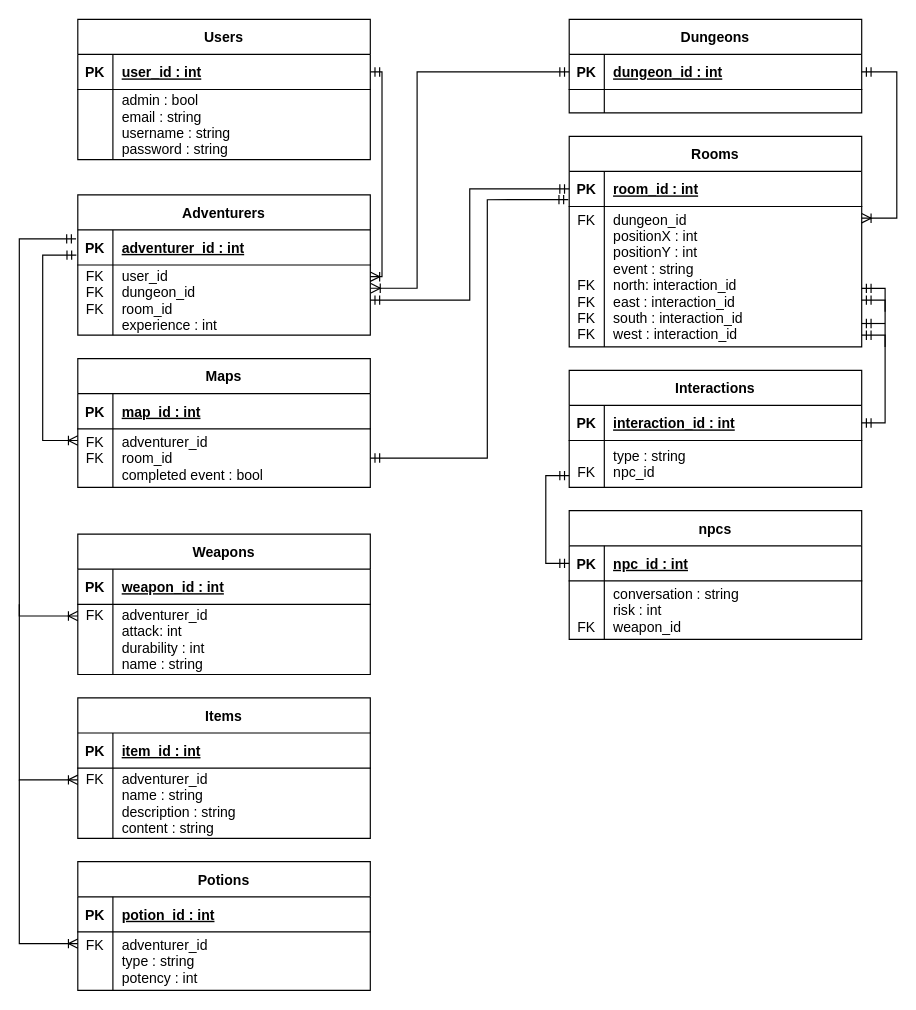
This is Documentation/Diagrams/ERD.drawio from Thomas-Molen/FHICT-S3-IP, a draw.io file, before an edit. Source tidied: cells renumbered, new cells numbered last; positions are measured from the earlier drawing's top-left corner, leaving out a move shared by most shapes. Both pictures are drawn from the tidied source at 117%, with x=0, y=0 at pixel (19, 19).
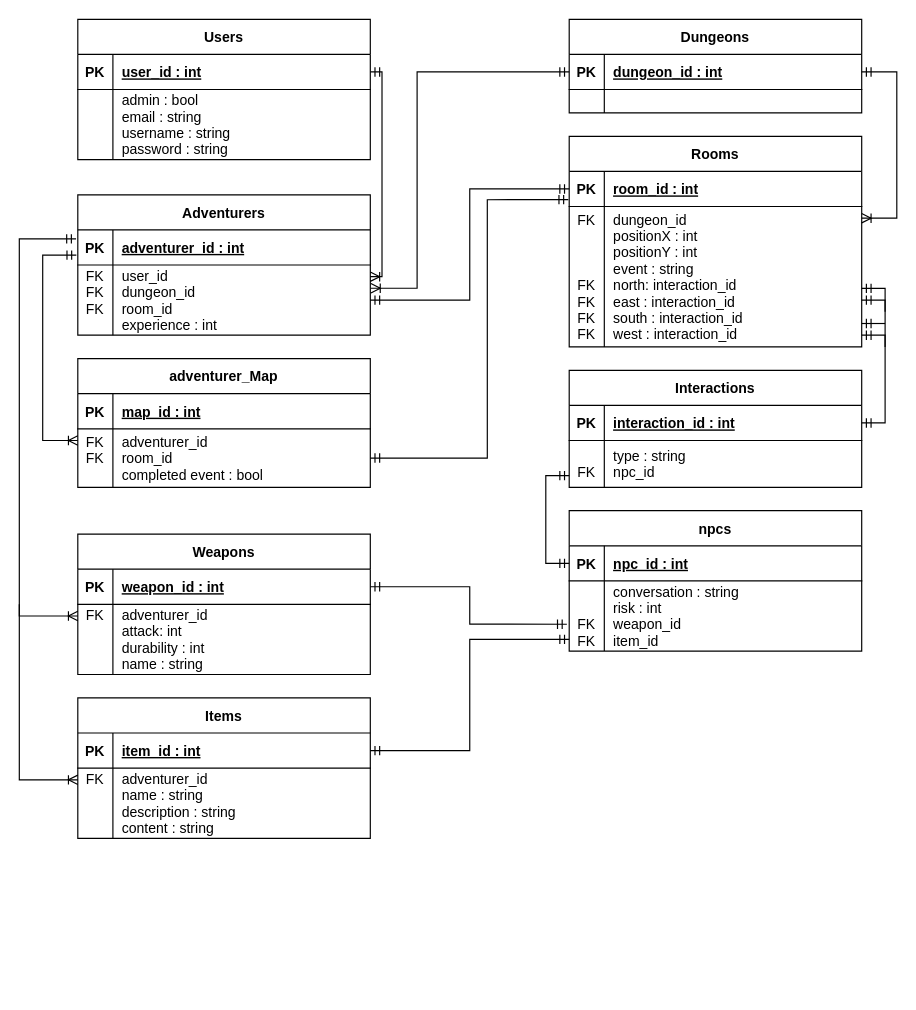
The same page after the edit.

Unchanged cells that the change refers to:
```xml
<mxCell id="32" style="shape=partialRectangle;fillColor=none;points=[[0,0.5],[1,0.5]];portConstraint=eastwest;top=0;left=0;right=0;bottom=1;" parent="31" vertex="1">
  <mxGeometry y="30" width="250" height="30" as="geometry" />
</mxCell>
<mxCell id="39" style="shape=partialRectangle;fillColor=none;points=[[0,0.5],[1,0.5]];portConstraint=eastwest;top=0;left=0;right=0;bottom=1;" parent="38" vertex="1">
  <mxGeometry y="30" width="250" height="30" as="geometry" />
</mxCell>
```

The edit, as a diff of the source:
```diff
@@
-    <mxCell id="45" value="Potions" style="shape=table;startSize=30;childLayout=tableLayout;rowLines=0;fontStyle=1;align=center;" parent="1" vertex="1">
-      <mxGeometry x="50" y="720" width="250" height="110" as="geometry" />
-    </mxCell>
-    <mxCell id="46" style="shape=partialRectangle;fillColor=none;top=0;left=0;right=0;bottom=1;" parent="45" vertex="1">
-      <mxGeometry y="30" width="250" height="30" as="geometry" />
-    </mxCell>
-    <mxCell id="47" value="PK" style="shape=partialRectangle;overflow=hidden;fillColor=none;top=0;left=0;bottom=0;right=0;fontStyle=1;" parent="46" vertex="1">
-      <mxGeometry width="30" height="30" as="geometry" />
-    </mxCell>
-    <mxCell id="48" value="potion_id : int" style="shape=partialRectangle;overflow=hidden;fillColor=none;top=0;left=0;bottom=0;right=0;align=left;spacingLeft=6;fontStyle=5;" parent="46" vertex="1">
-      <mxGeometry x="30" width="220" height="30" as="geometry" />
-    </mxCell>
-    <mxCell id="49" style="shape=partialRectangle;fillColor=none;points=[[0,0.5],[1,0.5]];portConstraint=eastwest;top=0;left=0;right=0;bottom=0;" parent="45" vertex="1">
-      <mxGeometry y="60" width="250" height="50" as="geometry" />
-    </mxCell>
-    <mxCell id="50" value="FK&#10;&#10;" style="shape=partialRectangle;overflow=hidden;fillColor=none;top=0;left=0;bottom=0;right=0;" parent="49" vertex="1">
-      <mxGeometry width="30" height="50" as="geometry" />
-    </mxCell>
-    <mxCell id="51" value="adventurer_id&#10;type : string&#10;potency : int" style="shape=partialRectangle;overflow=hidden;fillColor=none;top=0;left=0;bottom=0;right=0;align=left;spacingLeft=6;" parent="49" vertex="1">
-      <mxGeometry x="30" width="220" height="50" as="geometry" />
-    </mxCell>
-    <mxCell id="52" value="Maps" style="shape=table;startSize=30;childLayout=tableLayout;rowLines=0;fontStyle=1;align=center;" parent="1" vertex="1">
+    <mxCell id="52" value="adventurer_Map" style="shape=table;startSize=30;childLayout=tableLayout;rowLines=0;fontStyle=1;align=center;" parent="1" vertex="1">
       <mxGeometry x="50" y="290" width="250" height="110" as="geometry" />
     </mxCell>
@@
     <mxCell id="66" value="npcs" style="shape=table;startSize=30;childLayout=tableLayout;rowLines=0;fontStyle=1;align=center;" parent="1" vertex="1">
-      <mxGeometry x="470" y="420" width="250" height="110" as="geometry" />
+      <mxGeometry x="470" y="420" width="250" height="120" as="geometry" />
     </mxCell>
@@
     <mxCell id="70" style="shape=partialRectangle;fillColor=none;points=[[0,0.5],[1,0.5]];portConstraint=eastwest;top=0;left=0;right=0;bottom=0;" parent="66" vertex="1">
-      <mxGeometry y="60" width="250" height="50" as="geometry" />
+      <mxGeometry y="60" width="250" height="60" as="geometry" />
     </mxCell>
-    <mxCell id="71" value="&#10;&#10;FK" style="shape=partialRectangle;overflow=hidden;fillColor=none;top=0;left=0;bottom=0;right=0;" parent="70" vertex="1">
-      <mxGeometry width="30" height="50" as="geometry" />
+    <mxCell id="71" value="&#10;&#10;FK&#10;FK" style="shape=partialRectangle;overflow=hidden;fillColor=none;top=0;left=0;bottom=0;right=0;" parent="70" vertex="1">
+      <mxGeometry width="30" height="60" as="geometry" />
     </mxCell>
-    <mxCell id="72" value="conversation : string&#10;risk : int&#10;weapon_id" style="shape=partialRectangle;overflow=hidden;fillColor=none;top=0;left=0;bottom=0;right=0;align=left;spacingLeft=6;" parent="70" vertex="1">
-      <mxGeometry x="30" width="220" height="50" as="geometry" />
+    <mxCell id="72" value="conversation : string&#10;risk : int&#10;weapon_id&#10;item_id" style="shape=partialRectangle;overflow=hidden;fillColor=none;top=0;left=0;bottom=0;right=0;align=left;spacingLeft=6;" parent="70" vertex="1">
+      <mxGeometry x="30" width="220" height="60" as="geometry" />
     </mxCell>
@@
-    <mxCell id="80" style="edgeStyle=orthogonalEdgeStyle;rounded=0;jettySize=auto;html=1;startArrow=ERoneToMany;startFill=0;endArrow=none;endFill=0;" parent="1" edge="1" source="49">
-      <mxGeometry relative="1" as="geometry">
-        <mxPoint y="650" as="targetPoint" />
-        <Array as="points">
-          <mxPoint y="790" />
-        </Array>
-      </mxGeometry>
-    </mxCell>
@@
+    <mxCell id="86" style="edgeStyle=orthogonalEdgeStyle;rounded=0;jettySize=auto;html=1;entryX=1;entryY=0.5;entryDx=0;entryDy=0;exitX=-0.008;exitY=0.617;exitDx=0;exitDy=0;exitPerimeter=0;startArrow=ERmandOne;startFill=0;endArrow=ERmandOne;endFill=0;" parent="1" edge="1" source="70" target="32">
+      <mxGeometry relative="1" as="geometry" />
+    </mxCell>
+    <mxCell id="87" style="edgeStyle=orthogonalEdgeStyle;rounded=0;jettySize=auto;html=1;entryX=1;entryY=0.5;entryDx=0;entryDy=0;startArrow=ERmandOne;startFill=0;endArrow=ERmandOne;endFill=0;" parent="1" edge="1" source="70" target="39">
+      <mxGeometry relative="1" as="geometry">
+        <Array as="points">
+          <mxPoint x="385" y="530" />
+          <mxPoint x="385" y="625" />
+        </Array>
+      </mxGeometry>
+    </mxCell>
```
